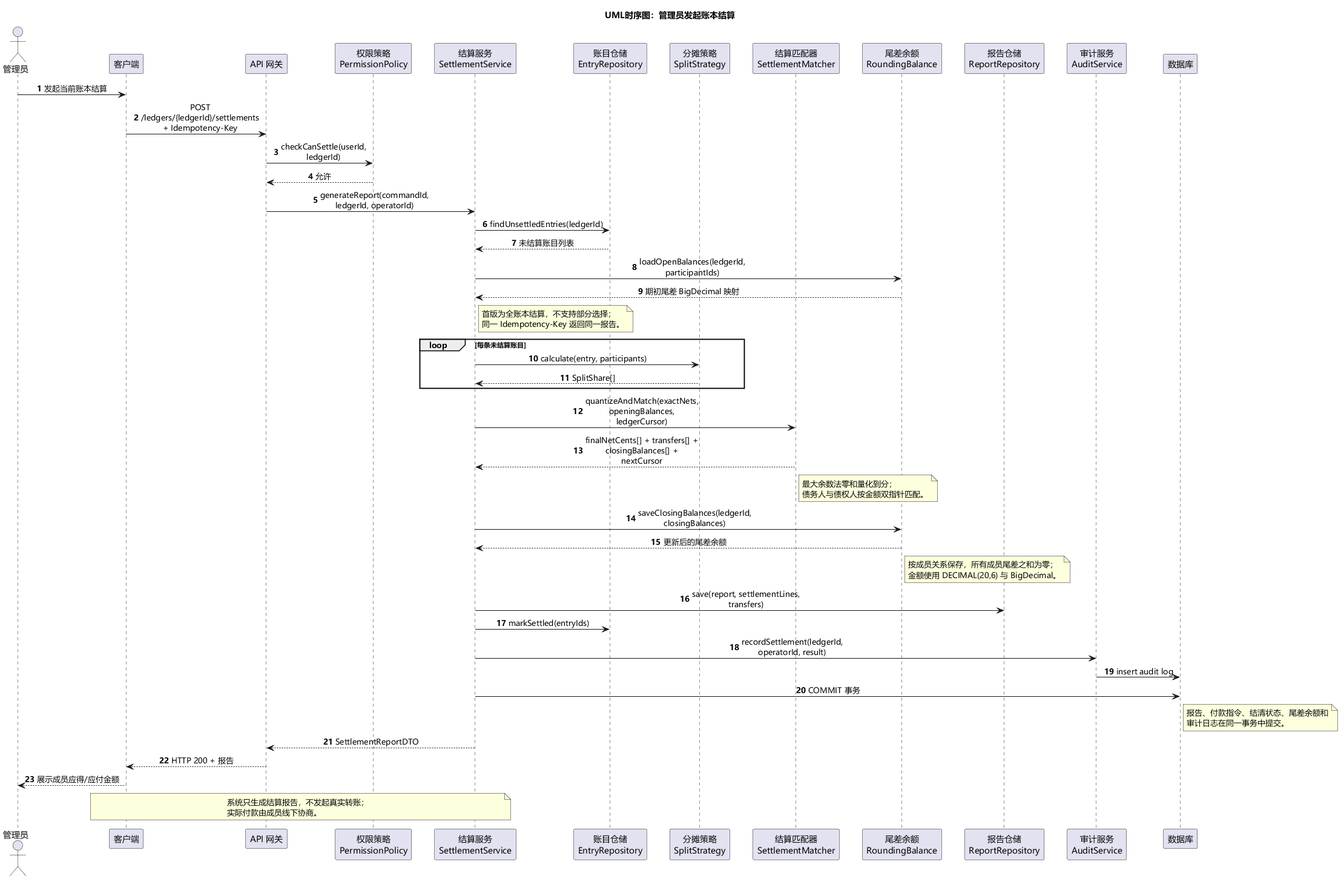
Above: lab2/UML/UML时序图.png in Hgx8724/multi-user-shared-accounting-system (PlantUML), before the change. The source it was exported from:
```plantuml
@startuml
skinparam backgroundColor #FFFFFF
skinparam defaultFontName "Microsoft YaHei"
skinparam shadowing false
skinparam sequenceMessageAlign center
skinparam maxMessageSize 190
skinparam ParticipantPadding 14
skinparam BoxPadding 10
skinparam responseMessageBelowArrow true

title UML时序图：管理员发起账本结算

autonumber
actor "管理员" as Admin
participant "客户端" as Client
participant "API 网关" as Api
participant "权限策略\nPermissionPolicy" as Permission
participant "结算服务\nSettlementService" as Settlement
participant "账目仓储\nEntryRepository" as EntryRepo
participant "分摊策略\nSplitStrategy" as Split
participant "结算匹配器\nSettlementMatcher" as Matcher
participant "尾差余额\nRoundingBalance" as Rounding
participant "报告仓储\nReportRepository" as ReportRepo
participant "审计服务\nAuditService" as Audit
participant "数据库" as Database

Admin -> Client : 发起当前账本结算
Client -> Api : POST /ledgers/{ledgerId}/settlements + Idempotency-Key
Api -> Permission : checkCanSettle(userId, ledgerId)
Permission --> Api : 允许
Api -> Settlement : generateReport(commandId, ledgerId, operatorId)

Settlement -> EntryRepo : findUnsettledEntries(ledgerId)
EntryRepo --> Settlement : 未结算账目列表
Settlement -> Rounding : loadOpenBalances(ledgerId, participantIds)
Rounding --> Settlement : 期初尾差 BigDecimal 映射
note right of Settlement
  首版为全账本结算，不支持部分选择；
  同一 Idempotency-Key 返回同一报告。
end note

loop 每条未结算账目
  Settlement -> Split : calculate(entry, participants)
  Split --> Settlement : SplitShare[]
end

Settlement -> Matcher : quantizeAndMatch(exactNets, openingBalances, ledgerCursor)
Matcher --> Settlement : finalNetCents[] + transfers[] + closingBalances[] + nextCursor
note right of Matcher
  最大余数法零和量化到分；
  债务人与债权人按金额双指针匹配。
end note

Settlement -> Rounding : saveClosingBalances(ledgerId, closingBalances)
Rounding --> Settlement : 更新后的尾差余额
note right of Rounding
  按成员关系保存，所有成员尾差之和为零；
  金额使用 DECIMAL(20,6) 与 BigDecimal。
end note

Settlement -> ReportRepo : save(report, settlementLines, transfers)
Settlement -> EntryRepo : markSettled(entryIds)
Settlement -> Audit : recordSettlement(ledgerId, operatorId, result)
Audit -> Database : insert audit log
Settlement -> Database : COMMIT 事务
note right of Database
  报告、付款指令、结清状态、尾差余额和
  审计日志在同一事务中提交。
end note

Settlement --> Api : SettlementReportDTO
Api --> Client : HTTP 200 + 报告
Client --> Admin : 展示成员应得/应付金额
note over Settlement, Client
  系统只生成结算报告，不发起真实转账；
  实际付款由成员线下协商。
end note

@enduml
```
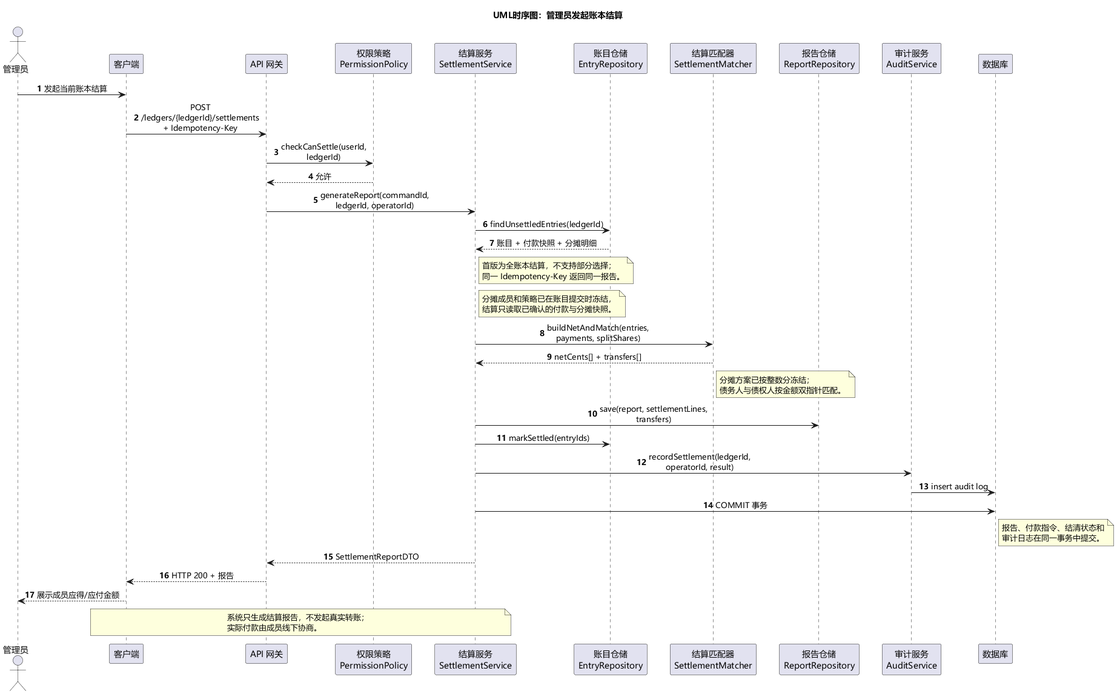
The same diagram one commit later.

What changed in the source:
```diff
@@ -17,9 +17,7 @@
 participant "权限策略\nPermissionPolicy" as Permission
 participant "结算服务\nSettlementService" as Settlement
 participant "账目仓储\nEntryRepository" as EntryRepo
-participant "分摊策略\nSplitStrategy" as Split
 participant "结算匹配器\nSettlementMatcher" as Matcher
-participant "尾差余额\nRoundingBalance" as Rounding
 participant "报告仓储\nReportRepository" as ReportRepo
 participant "审计服务\nAuditService" as Audit
 participant "数据库" as Database
@@ -31,31 +29,22 @@
 Api -> Settlement : generateReport(commandId, ledgerId, operatorId)
 
 Settlement -> EntryRepo : findUnsettledEntries(ledgerId)
-EntryRepo --> Settlement : 未结算账目列表
-Settlement -> Rounding : loadOpenBalances(ledgerId, participantIds)
-Rounding --> Settlement : 期初尾差 BigDecimal 映射
+EntryRepo --> Settlement : 账目 + 付款快照 + 分摊明细
 note right of Settlement
   首版为全账本结算，不支持部分选择；
   同一 Idempotency-Key 返回同一报告。
 end note
 
-loop 每条未结算账目
-  Settlement -> Split : calculate(entry, participants)
-  Split --> Settlement : SplitShare[]
-end
-
-Settlement -> Matcher : quantizeAndMatch(exactNets, openingBalances, ledgerCursor)
-Matcher --> Settlement : finalNetCents[] + transfers[] + closingBalances[] + nextCursor
-note right of Matcher
-  最大余数法零和量化到分；
-  债务人与债权人按金额双指针匹配。
+note right of Settlement
+  分摊成员和策略已在账目提交时冻结，
+  结算只读取已确认的付款与分摊快照。
 end note
 
-Settlement -> Rounding : saveClosingBalances(ledgerId, closingBalances)
-Rounding --> Settlement : 更新后的尾差余额
-note right of Rounding
-  按成员关系保存，所有成员尾差之和为零；
-  金额使用 DECIMAL(20,6) 与 BigDecimal。
+Settlement -> Matcher : buildNetAndMatch(entries, payments, splitShares)
+Matcher --> Settlement : netCents[] + transfers[]
+note right of Matcher
+  分摊方案已按整数分冻结；
+  债务人与债权人按金额双指针匹配。
 end note
 
 Settlement -> ReportRepo : save(report, settlementLines, transfers)
@@ -64,7 +53,7 @@
 Audit -> Database : insert audit log
 Settlement -> Database : COMMIT 事务
 note right of Database
-  报告、付款指令、结清状态、尾差余额和
+  报告、付款指令、结清状态和
   审计日志在同一事务中提交。
 end note
 
```
